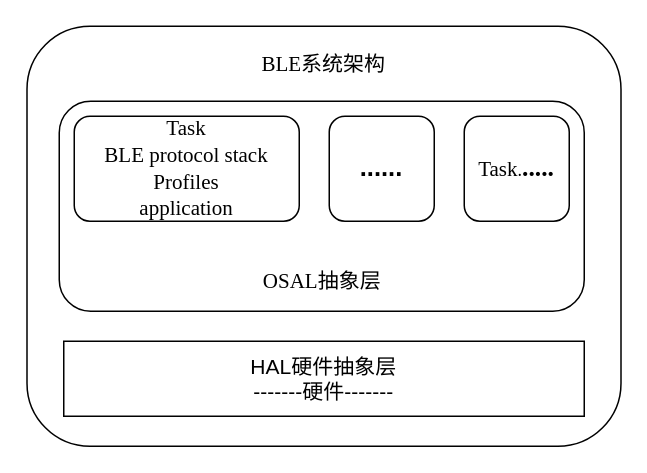
Above: page "第 4 页" (4 of 8) of BLU.drawio in RunningManlt/bj18 (draw.io), before the change. Source tidied: cells renumbered, new cells numbered last; positions are measured from the earlier drawing's top-left corner, leaving out a move shared by most shapes. Both pictures are drawn from the tidied source at 150%, with x=0, y=0 at pixel (26, 26).
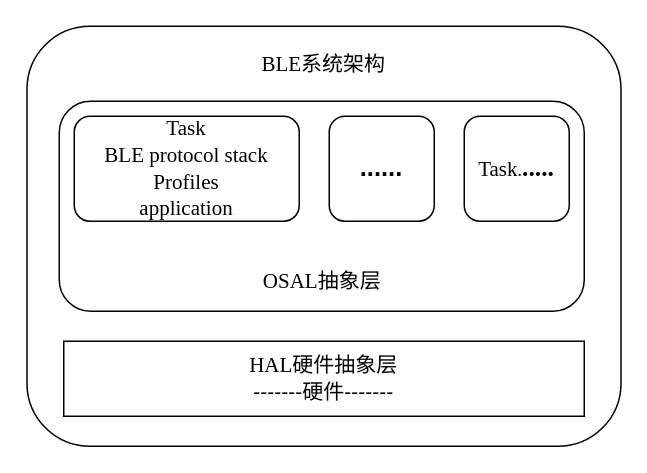
The same diagram, later.

What changed in the source:
```diff
@@
 <mxGraphModel>
   <root>
     <mxCell id="0" />
     <mxCell id="1" parent="0" />
     <mxCell id="2" style="rounded=1;whiteSpace=wrap;html=1;glass=0;sketch=0;fontSize=14;" parent="1" vertex="1">
       <mxGeometry x="0.5" width="396" height="280" as="geometry" />
     </mxCell>
     <mxCell id="3" style="rounded=1;whiteSpace=wrap;html=1;glass=0;sketch=0;fontSize=14;" parent="1" vertex="1">
       <mxGeometry x="22" y="50" width="350" height="140" as="geometry" />
     </mxCell>
     <mxCell id="4" value="&lt;font face=&quot;Times New Roman&quot;&gt;Task&lt;br&gt;BLE protocol stack&lt;br&gt;Profiles&lt;br&gt;application&lt;/font&gt;" style="rounded=1;whiteSpace=wrap;html=1;glass=0;sketch=0;fontSize=14;align=center;" parent="1" vertex="1">
       <mxGeometry x="32" y="60" width="150" height="70" as="geometry" />
     </mxCell>
     <mxCell id="5" value="&lt;b&gt;&lt;font style=&quot;font-size: 17px&quot;&gt;......&lt;/font&gt;&lt;/b&gt;" style="rounded=1;whiteSpace=wrap;html=1;glass=0;sketch=0;fontSize=14;" parent="1" vertex="1">
       <mxGeometry x="202" y="60" width="70" height="70" as="geometry" />
     </mxCell>
     <mxCell id="6" value="&lt;font face=&quot;Times New Roman&quot;&gt;&lt;font style=&quot;font-size: 14px&quot;&gt;Task&lt;/font&gt;&lt;font style=&quot;font-size: 12px&quot;&gt;.&lt;/font&gt;&lt;b style=&quot;font-size: 17px&quot;&gt;.....&lt;/b&gt;&lt;/font&gt;" style="rounded=1;whiteSpace=wrap;html=1;glass=0;sketch=0;fontSize=14;" parent="1" vertex="1">
       <mxGeometry x="292" y="60" width="70" height="70" as="geometry" />
     </mxCell>
     <mxCell id="7" value="&lt;font face=&quot;Times New Roman&quot;&gt;OSAL&lt;/font&gt;&lt;font face=&quot;宋体&quot;&gt;抽象层&lt;/font&gt;" style="text;html=1;strokeColor=none;fillColor=none;align=center;verticalAlign=middle;whiteSpace=wrap;rounded=0;glass=0;sketch=0;fontSize=14;" parent="1" vertex="1">
       <mxGeometry x="144.5" y="160" width="105" height="20" as="geometry" />
     </mxCell>
-    <mxCell id="8" value="&lt;font face=&quot;宋体&quot;&gt;HAL硬件抽象层&lt;br&gt;-------硬件-------&lt;/font&gt;" style="rounded=0;whiteSpace=wrap;html=1;glass=0;sketch=0;fontSize=14;" parent="1" vertex="1">
+    <mxCell id="8" value="&lt;font face=&quot;Times New Roman&quot;&gt;HAL&lt;/font&gt;&lt;font face=&quot;宋体&quot;&gt;硬件抽象层&lt;br&gt;-------硬件-------&lt;/font&gt;" style="rounded=0;whiteSpace=wrap;html=1;glass=0;sketch=0;fontSize=14;" parent="1" vertex="1">
       <mxGeometry x="25" y="210" width="347" height="50" as="geometry" />
     </mxCell>
     <mxCell id="9" value="&lt;font face=&quot;Times New Roman&quot;&gt;BLE&lt;/font&gt;&lt;font face=&quot;宋体&quot;&gt;系统架构&lt;/font&gt;" style="text;html=1;strokeColor=none;fillColor=none;align=center;verticalAlign=middle;whiteSpace=wrap;rounded=0;glass=0;sketch=0;fontSize=14;" parent="1" vertex="1">
       <mxGeometry x="141" y="10" width="115" height="30" as="geometry" />
     </mxCell>
   </root>
 </mxGraphModel>
```
